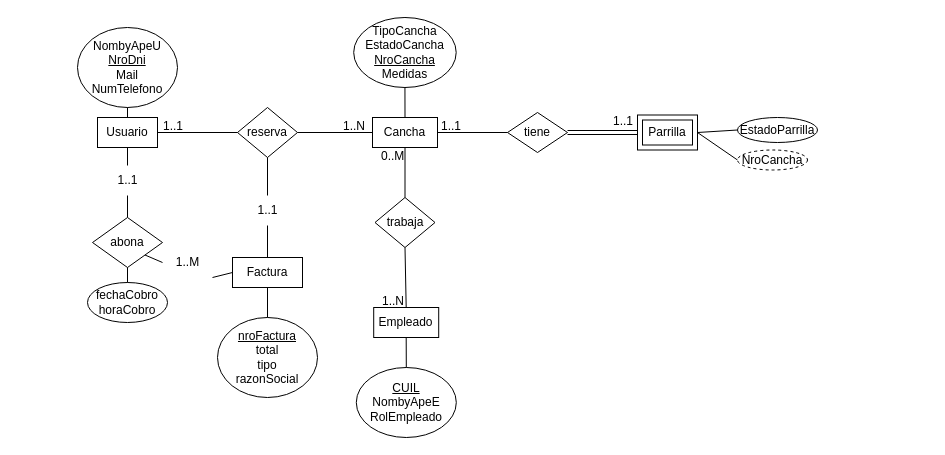
santisabb/ejercicios-base_de_datos keeps this draw.io diagram as f5TPDSW.drawio. Above is the earlier version. Source tidied: cells renumbered, new cells numbered last; positions are measured from the earlier drawing's top-left corner, leaving out a move shared by most shapes. Both pictures are drawn from the tidied source at 100%, with x=0, y=0 at pixel (77, 17).
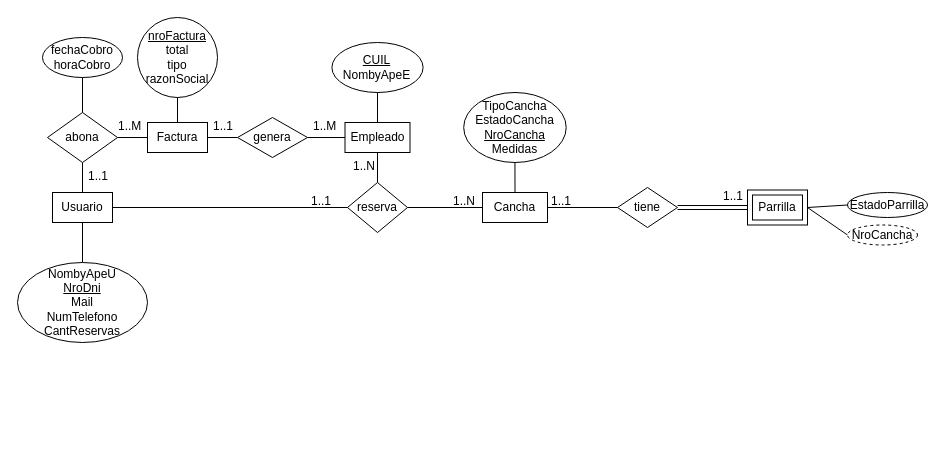
Above is the later version.

The edit, as a diff of the source:
```diff
@@
     <mxCell id="2" value="Usuario" style="whiteSpace=wrap;html=1;align=center;" parent="1" vertex="1">
-      <mxGeometry x="20" y="100" width="60" height="30" as="geometry" />
+      <mxGeometry x="-25" y="175" width="60" height="30" as="geometry" />
     </mxCell>
     <mxCell id="3" value="Cancha" style="whiteSpace=wrap;html=1;align=center;" parent="1" vertex="1">
-      <mxGeometry x="295" y="100" width="65" height="30" as="geometry" />
+      <mxGeometry x="405" y="175" width="65" height="30" as="geometry" />
     </mxCell>
     <mxCell id="4" value="Empleado" style="whiteSpace=wrap;html=1;align=center;" parent="1" vertex="1">
-      <mxGeometry x="296.2" y="290" width="65" height="30" as="geometry" />
+      <mxGeometry x="267.5" y="105" width="65" height="30" as="geometry" />
     </mxCell>
     <mxCell id="5" value="reserva" style="shape=rhombus;perimeter=rhombusPerimeter;whiteSpace=wrap;html=1;align=center;" parent="1" vertex="1">
-      <mxGeometry x="160" y="90" width="60" height="50" as="geometry" />
+      <mxGeometry x="270" y="165" width="60" height="50" as="geometry" />
     </mxCell>
     <mxCell id="6" value="tiene" style="shape=rhombus;perimeter=rhombusPerimeter;whiteSpace=wrap;html=1;align=center;" parent="1" vertex="1">
-      <mxGeometry x="430" y="95" width="60" height="40" as="geometry" />
+      <mxGeometry x="540" y="170" width="60" height="40" as="geometry" />
     </mxCell>
-    <mxCell id="7" value="trabaja" style="shape=rhombus;perimeter=rhombusPerimeter;whiteSpace=wrap;html=1;align=center;" parent="1" vertex="1">
-      <mxGeometry x="297.5" y="180" width="60" height="50" as="geometry" />
-    </mxCell>
     <mxCell id="8" value="TipoCancha&lt;br&gt;EstadoCancha&lt;br&gt;&lt;u&gt;NroCancha&lt;/u&gt;&lt;br&gt;Medidas" style="ellipse;whiteSpace=wrap;html=1;align=center;" parent="1" vertex="1">
-      <mxGeometry x="276.2" width="102.5" height="70" as="geometry" />
+      <mxGeometry x="386.2" y="75" width="102.5" height="70" as="geometry" />
     </mxCell>
@@
     <mxCell id="10" value="EstadoParrilla" style="ellipse;whiteSpace=wrap;html=1;align=center;" parent="1" vertex="1">
-      <mxGeometry x="660" y="100" width="80" height="25" as="geometry" />
+      <mxGeometry x="770" y="175" width="80" height="25" as="geometry" />
     </mxCell>
@@
-    <mxCell id="12" value="NombyApeU&lt;br&gt;&lt;u&gt;NroDni&lt;br&gt;&lt;/u&gt;Mail&lt;br&gt;NumTelefono" style="ellipse;whiteSpace=wrap;html=1;align=center;" parent="1" vertex="1">
-      <mxGeometry y="10" width="100" height="80" as="geometry" />
+    <mxCell id="12" value="NombyApeU&lt;br&gt;&lt;u&gt;NroDni&lt;br&gt;&lt;/u&gt;Mail&lt;br&gt;NumTelefono&lt;br&gt;CantReservas" style="ellipse;whiteSpace=wrap;html=1;align=center;" parent="1" vertex="1">
+      <mxGeometry x="-60" y="245" width="130" height="80" as="geometry" />
     </mxCell>
-    <mxCell id="13" style="endArrow=none;html=1;rounded=0;exitX=0.5;exitY=0;exitDx=0;exitDy=0;" parent="1" edge="1" source="2" target="12">
+    <mxCell id="13" style="endArrow=none;html=1;rounded=0;exitX=0.5;exitY=1;exitDx=0;exitDy=0;" parent="1" edge="1" source="2" target="12">
       <mxGeometry relative="1" as="geometry" />
     </mxCell>
-    <mxCell id="14" value="&lt;u&gt;CUIL&lt;/u&gt;&lt;br&gt;NombyApeE&lt;br&gt;RolEmpleado" style="ellipse;whiteSpace=wrap;html=1;align=center;" parent="1" vertex="1">
-      <mxGeometry x="278.8" y="350" width="100" height="70" as="geometry" />
+    <mxCell id="14" value="&lt;u&gt;CUIL&lt;/u&gt;&lt;br&gt;NombyApeE" style="ellipse;whiteSpace=wrap;html=1;align=center;" parent="1" vertex="1">
+      <mxGeometry x="254.4" y="25" width="91.2" height="50" as="geometry" />
     </mxCell>
-    <mxCell id="15" style="endArrow=none;html=1;rounded=0;exitX=0.5;exitY=0;exitDx=0;exitDy=0;entryX=0.5;entryY=1;entryDx=0;entryDy=0;" parent="1" edge="1" source="14" target="4">
+    <mxCell id="15" style="endArrow=none;html=1;rounded=0;exitX=0.5;exitY=1;exitDx=0;exitDy=0;entryX=0.5;entryY=0;entryDx=0;entryDy=0;" parent="1" edge="1" source="14" target="4">
       <mxGeometry relative="1" as="geometry" />
     </mxCell>
-    <mxCell id="16" style="endArrow=none;html=1;rounded=0;exitX=0.5;exitY=0;exitDx=0;exitDy=0;entryX=0.5;entryY=1;entryDx=0;entryDy=0;" parent="1" edge="1" source="4" target="7">
+    <mxCell id="16" style="endArrow=none;html=1;rounded=0;entryX=0.5;entryY=0;entryDx=0;entryDy=0;exitX=0.5;exitY=1;exitDx=0;exitDy=0;" parent="1" edge="1" source="4" target="5">
       <mxGeometry relative="1" as="geometry" />
     </mxCell>
-    <mxCell id="17" style="endArrow=none;html=1;rounded=0;exitX=0.5;exitY=1;exitDx=0;exitDy=0;entryX=0.5;entryY=0;entryDx=0;entryDy=0;" parent="1" edge="1" source="3" target="7">
-      <mxGeometry relative="1" as="geometry" />
-    </mxCell>
@@
     <mxCell id="21" value="1..1" style="text;strokeColor=none;fillColor=none;spacingLeft=4;spacingRight=4;overflow=hidden;fontSize=12;whiteSpace=wrap;html=1;" parent="1" vertex="1">
-      <mxGeometry x="80" y="95" width="40" height="30" as="geometry" />
+      <mxGeometry x="227.5" y="170" width="40" height="30" as="geometry" />
     </mxCell>
     <mxCell id="22" value="1..N" style="text;strokeColor=none;fillColor=none;spacingLeft=4;spacingRight=4;overflow=hidden;fontSize=12;whiteSpace=wrap;html=1;" parent="1" vertex="1">
-      <mxGeometry x="260" y="95" width="40" height="30" as="geometry" />
+      <mxGeometry x="370" y="170" width="40" height="30" as="geometry" />
     </mxCell>
     <mxCell id="23" value="1..N" style="text;strokeColor=none;fillColor=none;spacingLeft=4;spacingRight=4;overflow=hidden;fontSize=12;whiteSpace=wrap;html=1;" parent="1" vertex="1">
-      <mxGeometry x="298.8" y="270" width="40" height="30" as="geometry" />
+      <mxGeometry x="270" y="135" width="40" height="30" as="geometry" />
     </mxCell>
-    <mxCell id="24" value="0..M" style="text;strokeColor=none;fillColor=none;spacingLeft=4;spacingRight=4;overflow=hidden;fontSize=12;whiteSpace=wrap;html=1;" parent="1" vertex="1">
-      <mxGeometry x="297.5" y="125" width="40" height="30" as="geometry" />
-    </mxCell>
     <mxCell id="25" value="1..1" style="text;strokeColor=none;fillColor=none;spacingLeft=4;spacingRight=4;overflow=hidden;fontSize=12;whiteSpace=wrap;html=1;" parent="1" vertex="1">
-      <mxGeometry x="530" y="90" width="40" height="30" as="geometry" />
+      <mxGeometry x="640" y="165" width="40" height="30" as="geometry" />
     </mxCell>
     <mxCell id="26" value="1..1" style="text;strokeColor=none;fillColor=none;spacingLeft=4;spacingRight=4;overflow=hidden;fontSize=12;whiteSpace=wrap;html=1;" parent="1" vertex="1">
-      <mxGeometry x="357.5" y="95" width="40" height="30" as="geometry" />
+      <mxGeometry x="467.5" y="170" width="40" height="30" as="geometry" />
     </mxCell>
     <mxCell id="27" value="Factura" style="whiteSpace=wrap;html=1;align=center;" parent="1" vertex="1">
-      <mxGeometry x="155" y="240" width="70" height="30" as="geometry" />
+      <mxGeometry x="70" y="105" width="60" height="30" as="geometry" />
     </mxCell>
     <mxCell id="28" value="Parrilla" style="shape=ext;margin=3;double=1;whiteSpace=wrap;html=1;align=center;" parent="1" vertex="1">
-      <mxGeometry x="560" y="97.5" width="60" height="35" as="geometry" />
+      <mxGeometry x="670" y="172.5" width="60" height="35" as="geometry" />
     </mxCell>
-    <mxCell id="29" style="endArrow=none;html=1;rounded=0;exitX=0.5;exitY=1;exitDx=0;exitDy=0;entryX=0.5;entryY=0;entryDx=0;entryDy=0;" parent="1" edge="1" source="38" target="27">
+    <mxCell id="29" style="endArrow=none;html=1;rounded=0;exitX=1;exitY=0.5;exitDx=0;exitDy=0;entryX=0;entryY=0.5;entryDx=0;entryDy=0;" parent="1" edge="1" source="27" target="50">
       <mxGeometry relative="1" as="geometry" />
     </mxCell>
@@
     <mxCell id="32" value="abona" style="shape=rhombus;perimeter=rhombusPerimeter;whiteSpace=wrap;html=1;align=center;" parent="1" vertex="1">
-      <mxGeometry x="15" y="200" width="70" height="50" as="geometry" />
+      <mxGeometry x="-30" y="95" width="70" height="50" as="geometry" />
     </mxCell>
     <mxCell id="33" value="NroCancha" style="ellipse;whiteSpace=wrap;html=1;align=center;dashed=1;" parent="1" vertex="1">
-      <mxGeometry x="660" y="132.5" width="70" height="20" as="geometry" />
+      <mxGeometry x="770" y="207.5" width="70" height="20" as="geometry" />
     </mxCell>
-    <mxCell id="34" style="endArrow=none;html=1;rounded=0;exitX=0.5;exitY=1;exitDx=0;exitDy=0;entryX=0.5;entryY=0;entryDx=0;entryDy=0;" parent="1" edge="1" source="42" target="32">
+    <mxCell id="34" style="endArrow=none;html=1;rounded=0;exitX=0.5;exitY=1;exitDx=0;exitDy=0;entryX=0.5;entryY=0;entryDx=0;entryDy=0;" parent="1" edge="1" source="32" target="2">
       <mxGeometry relative="1" as="geometry" />
     </mxCell>
@@
-    <mxCell id="36" style="endArrow=none;html=1;rounded=0;exitX=1;exitY=1;exitDx=0;exitDy=0;entryX=0;entryY=0.5;entryDx=0;entryDy=0;" parent="1" edge="1" source="40" target="27">
-      <mxGeometry relative="1" as="geometry" />
-    </mxCell>
-    <mxCell id="37" style="endArrow=none;html=1;rounded=0;exitX=0.5;exitY=1;exitDx=0;exitDy=0;entryX=0.5;entryY=0;entryDx=0;entryDy=0;" parent="1" edge="1" source="5" target="38">
-      <mxGeometry relative="1" as="geometry" />
-    </mxCell>
-    <mxCell id="38" value="1..1" style="text;html=1;align=center;verticalAlign=middle;points=[];strokeColor=none;fillColor=none;" parent="1" vertex="1">
-      <mxGeometry x="170" y="178" width="40" height="30" as="geometry" />
-    </mxCell>
-    <mxCell id="39" style="endArrow=none;html=1;rounded=0;exitX=1;exitY=1;exitDx=0;exitDy=0;entryX=0;entryY=0.5;entryDx=0;entryDy=0;" parent="1" edge="1" source="32" target="40">
+    <mxCell id="39" style="endArrow=none;html=1;rounded=0;entryX=0;entryY=0.5;entryDx=0;entryDy=0;exitX=1;exitY=0.5;exitDx=0;exitDy=0;" parent="1" edge="1" source="32" target="27">
       <mxGeometry relative="1" as="geometry" />
     </mxCell>
-    <mxCell id="40" value="1..M" style="text;html=1;align=center;verticalAlign=middle;points=[];strokeColor=none;fillColor=none;" parent="1" vertex="1">
-      <mxGeometry x="85" y="230" width="50" height="30" as="geometry" />
-    </mxCell>
-    <mxCell id="41" style="endArrow=none;html=1;rounded=0;exitX=0.5;exitY=1;exitDx=0;exitDy=0;entryX=0.5;entryY=0;entryDx=0;entryDy=0;" parent="1" edge="1" source="2" target="42">
-      <mxGeometry relative="1" as="geometry" />
-    </mxCell>
-    <mxCell id="42" value="1..1" style="text;html=1;align=center;verticalAlign=middle;points=[];strokeColor=none;fillColor=none;" parent="1" vertex="1">
-      <mxGeometry x="30" y="148" width="40" height="30" as="geometry" />
-    </mxCell>
     <mxCell id="43" value="&lt;u&gt;nroFactura&lt;/u&gt;&lt;br&gt;total&lt;br&gt;tipo&lt;br&gt;razonSocial" style="ellipse;whiteSpace=wrap;html=1;align=center;" parent="1" vertex="1">
-      <mxGeometry x="140" y="300" width="100" height="80" as="geometry" />
+      <mxGeometry x="60" width="80" height="80" as="geometry" />
     </mxCell>
-    <mxCell id="44" style="endArrow=none;html=1;rounded=0;exitX=0.5;exitY=0;exitDx=0;exitDy=0;entryX=0.5;entryY=1;entryDx=0;entryDy=0;" parent="1" edge="1" source="43" target="27">
+    <mxCell id="44" style="endArrow=none;html=1;rounded=0;entryX=0.5;entryY=1;entryDx=0;entryDy=0;exitX=0.5;exitY=0;exitDx=0;exitDy=0;" parent="1" edge="1" source="27" target="43">
       <mxGeometry relative="1" as="geometry" />
     </mxCell>
     <mxCell id="45" value="fechaCobro&lt;br&gt;horaCobro" style="ellipse;whiteSpace=wrap;html=1;align=center;" parent="1" vertex="1">
-      <mxGeometry x="10" y="265" width="80" height="40" as="geometry" />
+      <mxGeometry x="-35" y="20" width="80" height="40" as="geometry" />
     </mxCell>
-    <mxCell id="46" style="endArrow=none;html=1;rounded=0;exitX=0.5;exitY=0;exitDx=0;exitDy=0;entryX=0.5;entryY=1;entryDx=0;entryDy=0;" parent="1" edge="1" source="45" target="32">
+    <mxCell id="46" style="endArrow=none;html=1;rounded=0;exitX=0.5;exitY=1;exitDx=0;exitDy=0;entryX=0.5;entryY=0;entryDx=0;entryDy=0;" parent="1" edge="1" source="45" target="32">
       <mxGeometry relative="1" as="geometry" />
     </mxCell>
+    <mxCell id="47" value="1..M" style="text;strokeColor=none;fillColor=none;spacingLeft=4;spacingRight=4;overflow=hidden;fontSize=12;whiteSpace=wrap;html=1;" parent="1" vertex="1">
+      <mxGeometry x="35" y="95" width="40" height="30" as="geometry" />
+    </mxCell>
+    <mxCell id="48" value="1..M" style="text;strokeColor=none;fillColor=none;spacingLeft=4;spacingRight=4;overflow=hidden;fontSize=12;whiteSpace=wrap;html=1;" parent="1" vertex="1">
+      <mxGeometry x="230" y="95" width="40" height="30" as="geometry" />
+    </mxCell>
+    <mxCell id="49" value="1..1" style="text;strokeColor=none;fillColor=none;spacingLeft=4;spacingRight=4;overflow=hidden;fontSize=12;whiteSpace=wrap;html=1;" parent="1" vertex="1">
+      <mxGeometry x="5" y="145" width="40" height="20" as="geometry" />
+    </mxCell>
+    <mxCell id="50" value="genera" style="shape=rhombus;perimeter=rhombusPerimeter;whiteSpace=wrap;html=1;align=center;" parent="1" vertex="1">
+      <mxGeometry x="160" y="100" width="70" height="40" as="geometry" />
+    </mxCell>
+    <mxCell id="51" style="endArrow=none;html=1;rounded=0;entryX=0;entryY=0.5;entryDx=0;entryDy=0;exitX=1;exitY=0.5;exitDx=0;exitDy=0;" parent="1" edge="1" source="50" target="4">
+      <mxGeometry relative="1" as="geometry" />
+    </mxCell>
+    <mxCell id="52" value="1..1" style="text;strokeColor=none;fillColor=none;spacingLeft=4;spacingRight=4;overflow=hidden;fontSize=12;whiteSpace=wrap;html=1;" parent="1" vertex="1">
+      <mxGeometry x="130" y="95" width="40" height="30" as="geometry" />
+    </mxCell>
```
